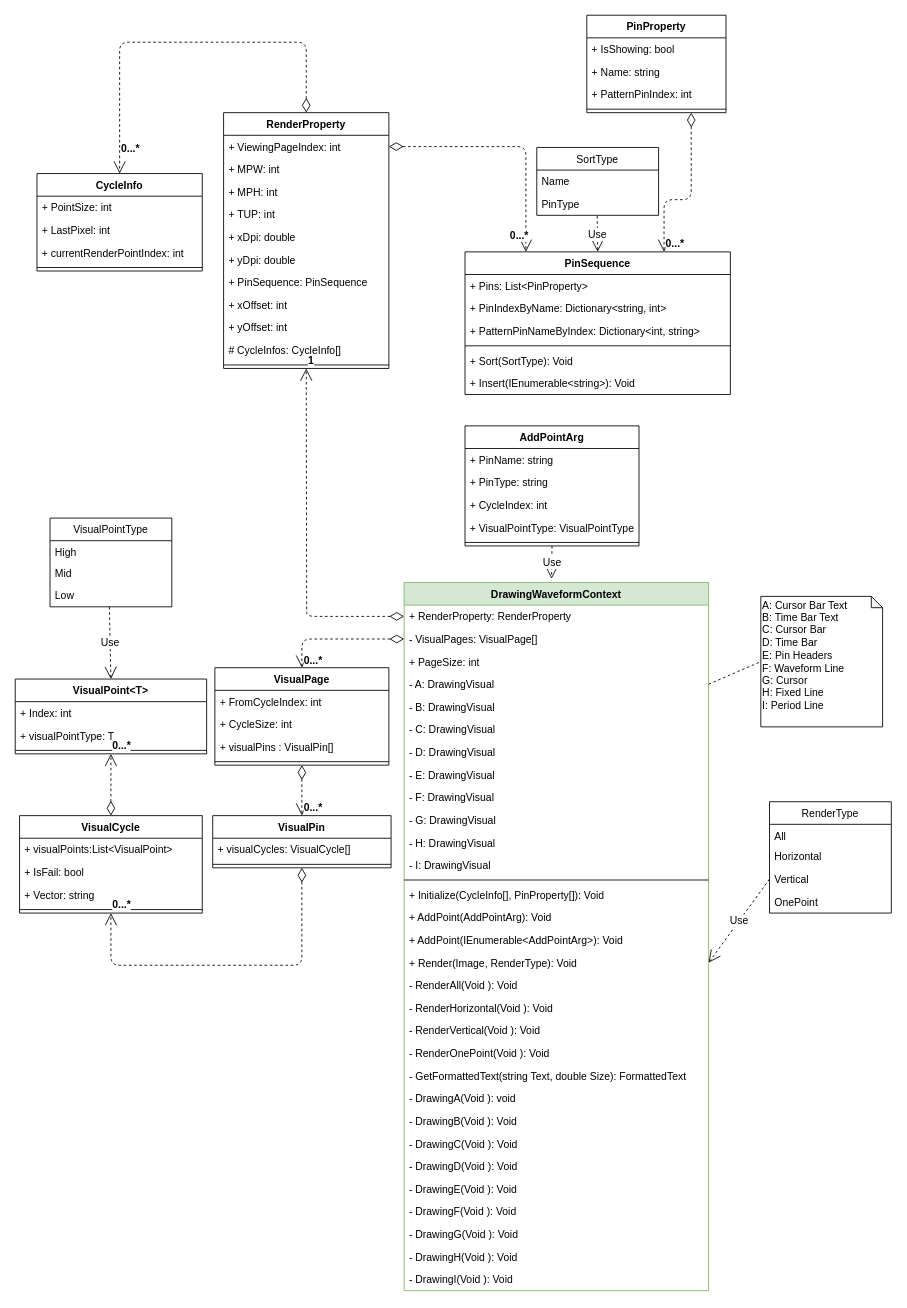
Above: page "WF Class Diagram" (3 of 4) of SG9KG5/Waveform.drawio in Jasson-Chou/Software-Projects (draw.io), before the change. Source tidied: cells renumbered, new cells numbered last; positions are measured from the earlier drawing's top-left corner, leaving out a move shared by most shapes. Both pictures are drawn from the tidied source at 87%, with x=0, y=0 at pixel (-23, 15).
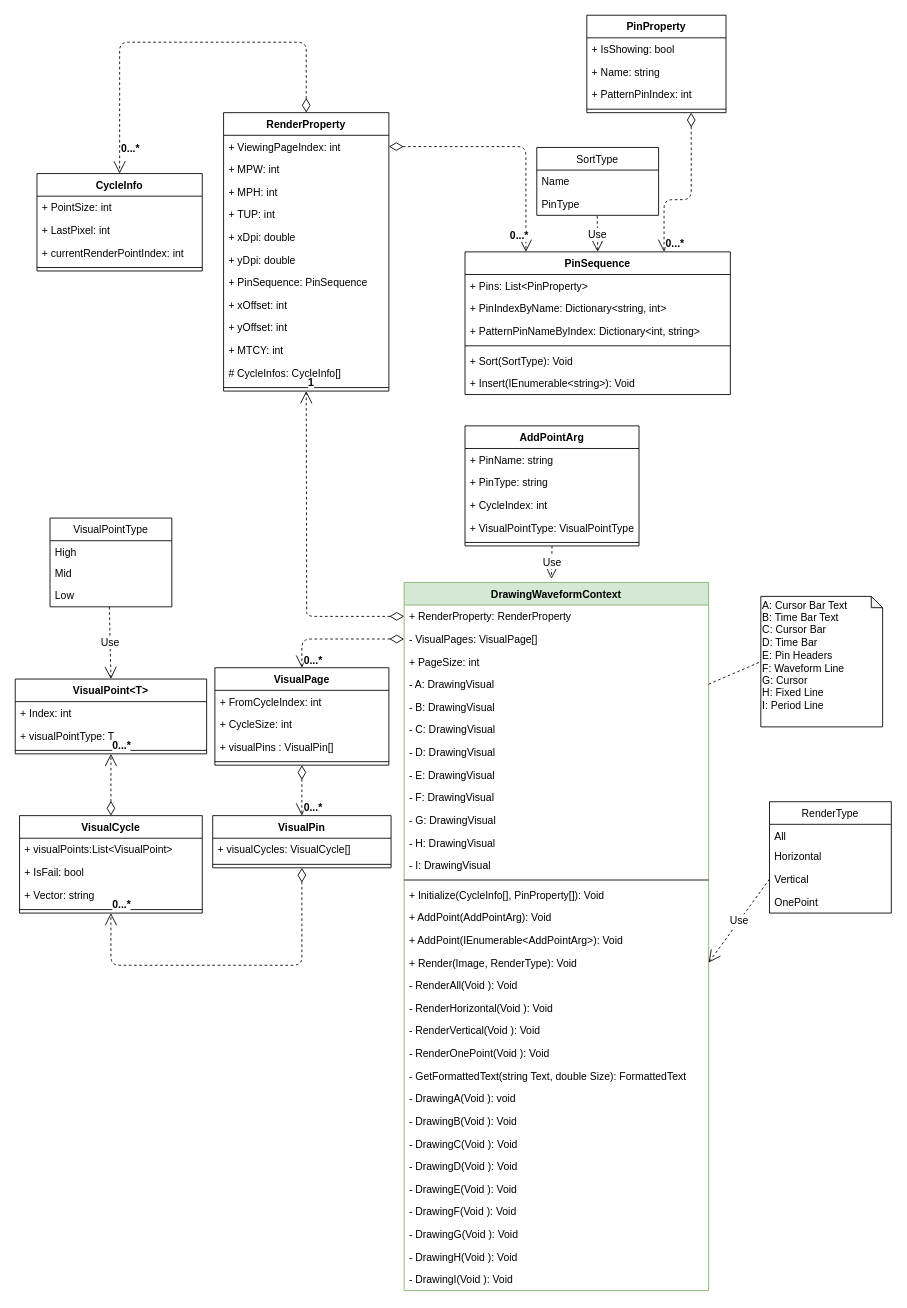
After the change.

What changed in the source:
```diff
@@
     <mxCell id="56" value="RenderProperty" style="swimlane;fontStyle=1;align=center;verticalAlign=top;horizontal=1;startSize=26;" parent="1" vertex="1">
-      <mxGeometry x="282.5" y="112" width="190" height="294" as="geometry" />
+      <mxGeometry x="282.5" y="112" width="190" height="320" as="geometry" />
     </mxCell>
@@
+    <mxCell id="112" value="+ MTCY: int" style="text;strokeColor=none;fillColor=none;align=left;verticalAlign=top;spacingLeft=4;spacingRight=4;overflow=hidden;" parent="56" vertex="1">
+      <mxGeometry y="260" width="190" height="26" as="geometry" />
+    </mxCell>
     <mxCell id="66" value="# CycleInfos: CycleInfo[]" style="text;strokeColor=none;fillColor=none;align=left;verticalAlign=top;spacingLeft=4;spacingRight=4;overflow=hidden;fontSize=12;" parent="56" vertex="1">
-      <mxGeometry y="260" width="190" height="26" as="geometry" />
+      <mxGeometry y="286" width="190" height="26" as="geometry" />
     </mxCell>
     <mxCell id="67" style="line;strokeWidth=1;fillColor=none;align=left;verticalAlign=middle;spacingTop=-1;spacingLeft=3;spacingRight=3;labelPosition=right;" parent="56" vertex="1">
-      <mxGeometry y="286" width="190" height="8" as="geometry" />
+      <mxGeometry y="312" width="190" height="8" as="geometry" />
     </mxCell>
```
